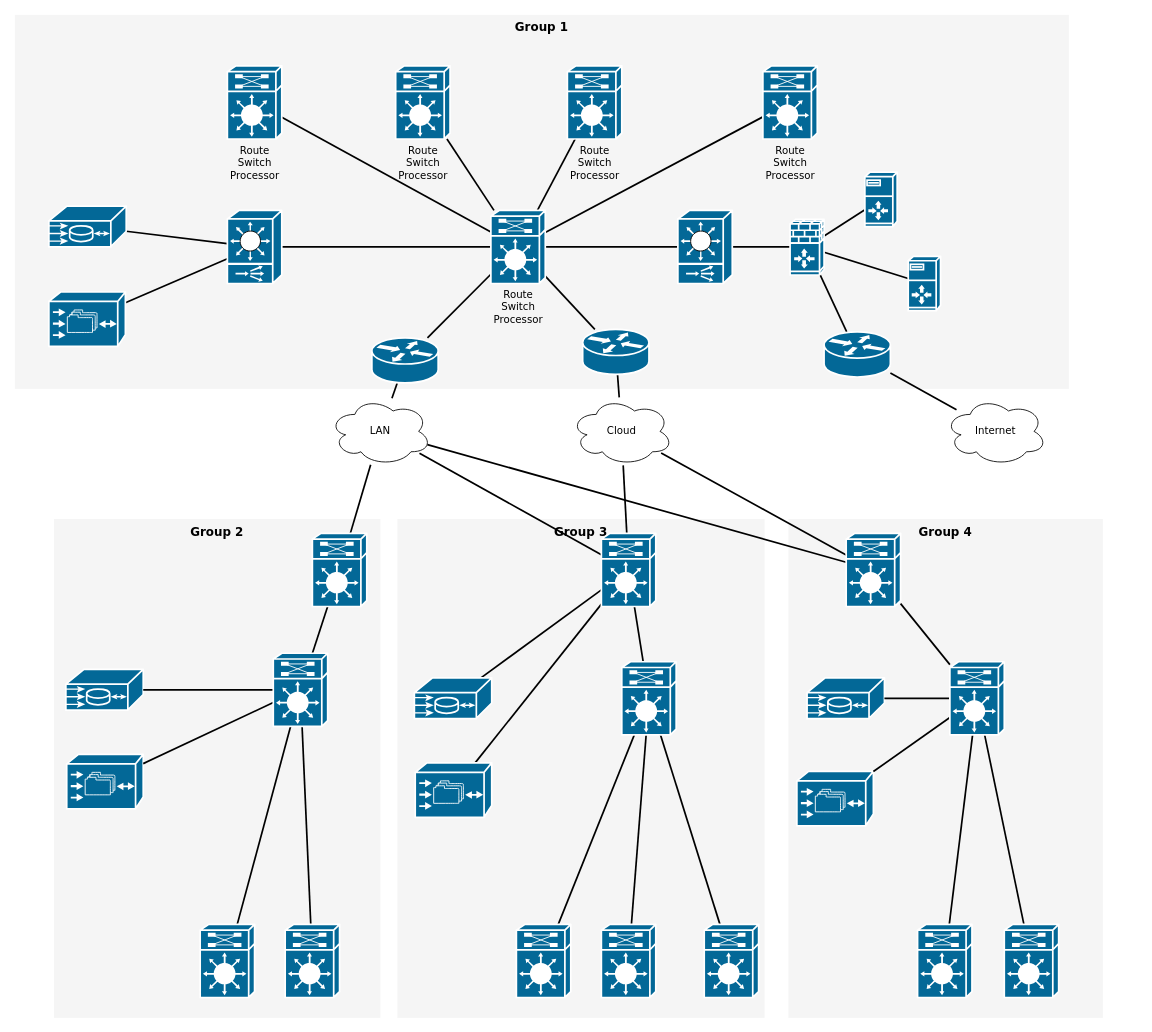
This is Diagrama sem nome.drawio from erico-cavalcanti/draw.io, a draw.io file, before an edit. Source tidied: cells renumbered, new cells numbered last; positions are measured from the earlier drawing's top-left corner, leaving out a move shared by most shapes. Both pictures are drawn from the tidied source at 85%, with x=0, y=0 at pixel (14, 14).
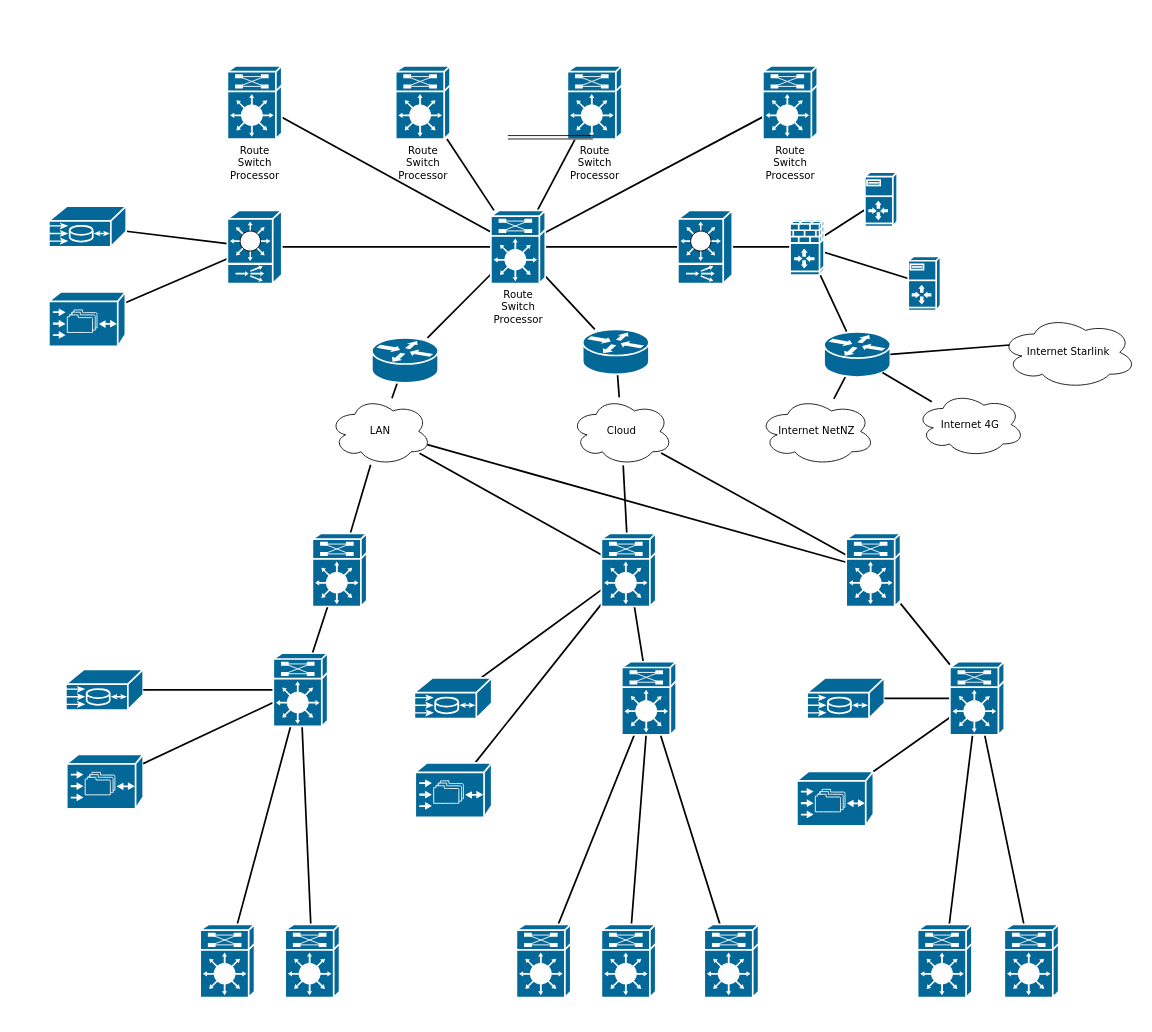
The same page after the edit.

Commit message:
Actualizar Diagrama

The change refers to these unchanged cells:
```xml
<mxCell id="80" style="shape=mxgraph.cisco.routers.router;html=1;dashed=0;fillColor=#036897;strokeColor=#ffffff;strokeWidth=2;verticalLabelPosition=bottom;verticalAlign=top;rounded=0;shadow=0;comic=0;fontFamily=Verdana;fontSize=12;" parent="1" vertex="1">
  <mxGeometry x="952" y="373" width="78" height="53" as="geometry" />
</mxCell>
```

Change to the diagram source:
```diff
@@
-    <mxCell id="2" value="Group 1" style="whiteSpace=wrap;html=1;rounded=0;shadow=0;comic=0;strokeWidth=1;fontFamily=Verdana;fontSize=14;fillColor=#f5f5f5;strokeColor=none;verticalAlign=top;fontStyle=1;" parent="1" vertex="1">
-      <mxGeometry width="1240" height="440" as="geometry" />
-    </mxCell>
-    <mxCell id="3" value="Group 4" style="whiteSpace=wrap;html=1;rounded=0;shadow=0;comic=0;strokeWidth=1;fontFamily=Verdana;fontSize=14;fillColor=#f5f5f5;strokeColor=none;fontStyle=1;verticalAlign=top;" parent="1" vertex="1">
-      <mxGeometry x="910" y="593" width="370" height="587" as="geometry" />
-    </mxCell>
-    <mxCell id="4" value="Group 3" style="whiteSpace=wrap;html=1;rounded=0;shadow=0;comic=0;strokeWidth=1;fontFamily=Verdana;fontSize=14;fillColor=#f5f5f5;strokeColor=none;fontStyle=1;verticalAlign=top;" parent="1" vertex="1">
-      <mxGeometry x="450" y="593" width="432" height="587" as="geometry" />
-    </mxCell>
-    <mxCell id="5" value="Group 2" style="whiteSpace=wrap;html=1;rounded=0;shadow=0;comic=0;strokeWidth=1;fontFamily=Verdana;fontSize=14;fillColor=#f5f5f5;strokeColor=none;fontStyle=1;verticalAlign=top;" parent="1" vertex="1">
-      <mxGeometry x="46" y="593" width="384" height="587" as="geometry" />
-    </mxCell>
@@
-    <mxCell id="39" value="Internet" style="ellipse;shape=cloud;whiteSpace=wrap;html=1;rounded=0;shadow=0;comic=0;strokeWidth=1;fontFamily=Verdana;fontSize=12;" parent="1" vertex="1">
-      <mxGeometry x="1094" y="450" width="120" height="80" as="geometry" />
+    <mxCell id="39" value="Internet NetNZ" style="ellipse;shape=cloud;whiteSpace=wrap;html=1;rounded=0;shadow=0;comic=0;strokeWidth=1;fontFamily=Verdana;fontSize=12;" parent="1" vertex="1">
+      <mxGeometry x="875" y="450" width="137" height="80" as="geometry" />
     </mxCell>
@@
+    <mxCell id="81" value="Internet 4G" style="ellipse;shape=cloud;whiteSpace=wrap;html=1;rounded=0;shadow=0;comic=0;strokeWidth=1;fontFamily=Verdana;fontSize=12;" parent="1" vertex="1">
+      <mxGeometry x="1060" y="444" width="128" height="76" as="geometry" />
+    </mxCell>
+    <mxCell id="82" style="shape=link;html=1;rounded=0;" parent="1" edge="1">
+      <mxGeometry relative="1" as="geometry">
+        <mxPoint x="580" y="144" as="sourcePoint" />
+        <mxPoint x="680" y="144" as="targetPoint" />
+      </mxGeometry>
+    </mxCell>
+    <mxCell id="83" style="edgeStyle=none;html=1;labelBackgroundColor=none;startFill=0;endArrow=none;endFill=0;strokeWidth=2;fontFamily=Verdana;fontSize=12;exitX=0.88;exitY=0.9;exitDx=0;exitDy=0;exitPerimeter=0;" parent="1" edge="1" source="80" target="81">
+      <mxGeometry relative="1" as="geometry" />
+    </mxCell>
+    <mxCell id="84" value="Internet Starlink" style="ellipse;shape=cloud;whiteSpace=wrap;html=1;rounded=0;shadow=0;comic=0;strokeWidth=1;fontFamily=Verdana;fontSize=12;" parent="1" vertex="1">
+      <mxGeometry x="1159" y="354" width="161" height="86" as="geometry" />
+    </mxCell>
+    <mxCell id="85" style="edgeStyle=none;html=1;labelBackgroundColor=none;startFill=0;endArrow=none;endFill=0;strokeWidth=2;fontFamily=Verdana;fontSize=12;entryX=1;entryY=0.5;entryDx=0;entryDy=0;entryPerimeter=0;exitX=0.07;exitY=0.4;exitDx=0;exitDy=0;exitPerimeter=0;" parent="1" edge="1" source="84" target="80">
+      <mxGeometry relative="1" as="geometry" />
+    </mxCell>
```
